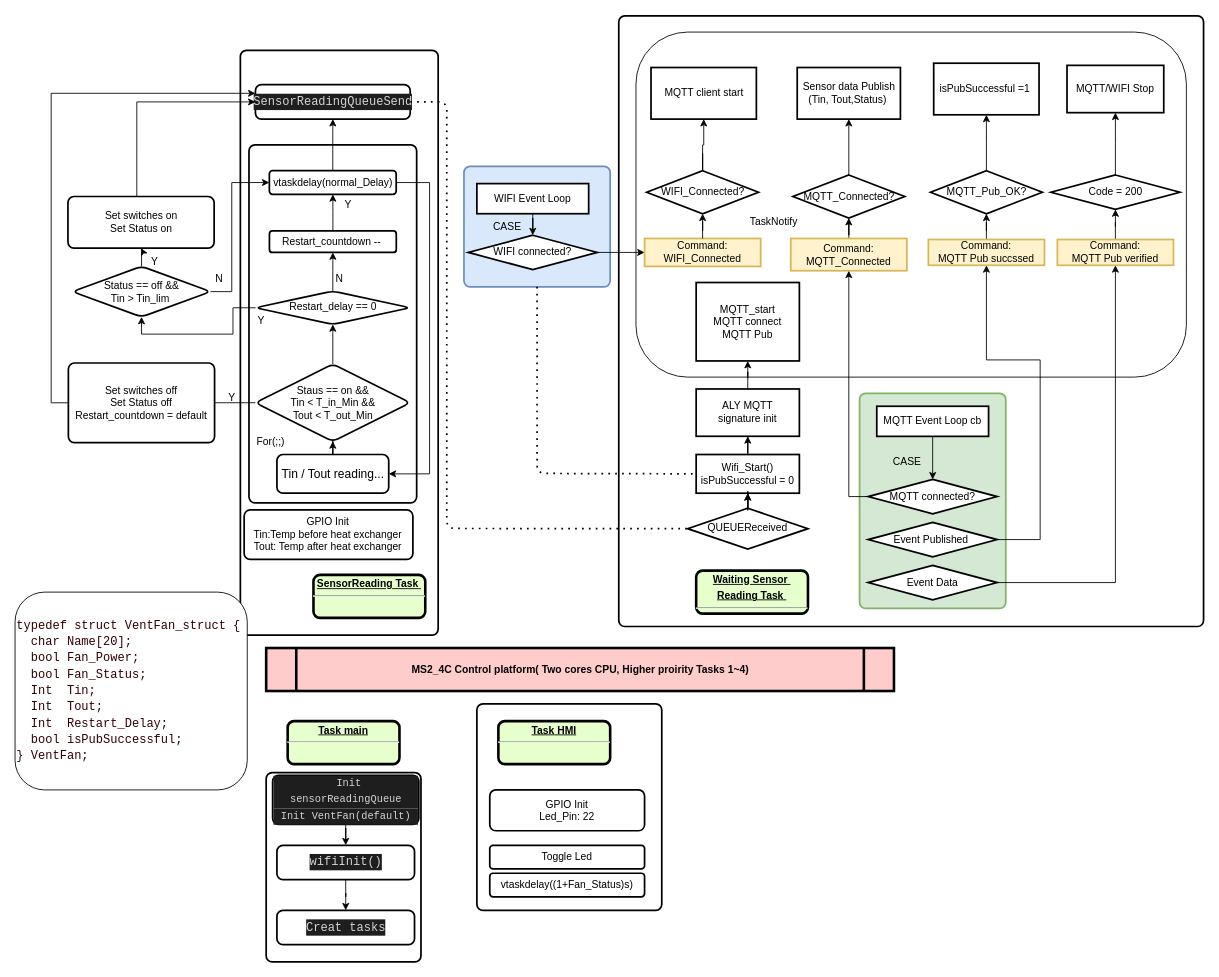
Earlier version of the draw.io diagram vent_control.drawio (kartwu/vent_control). Source tidied: cells renumbered, new cells numbered last; positions are measured from the earlier drawing's top-left corner, leaving out a move shared by most shapes. Both pictures are drawn from the tidied source at 86%, with x=0, y=0 at pixel (15, 15).
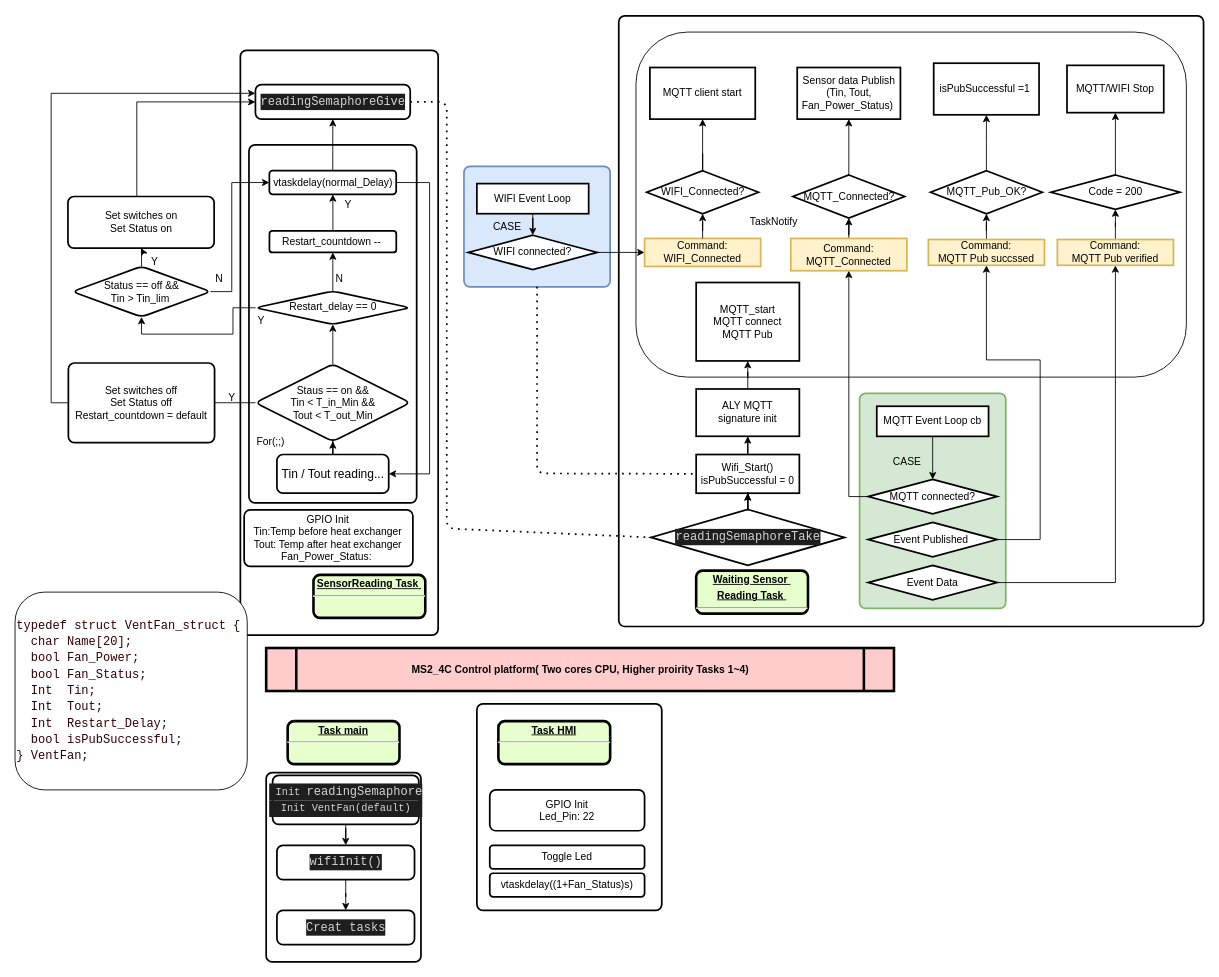
The same page after the edit.

Diff of the diagram source:
```diff
@@
-    <mxCell id="13" value="&lt;div style=&quot;color: rgb(212 , 212 , 212) ; background-color: rgb(30 , 30 , 30) ; font-family: &amp;#34;consolas&amp;#34; , &amp;#34;courier new&amp;#34; , monospace ; line-height: 19px&quot;&gt;&lt;font style=&quot;font-size: 12px&quot;&gt;&amp;nbsp;Init sensorReadingQueue&lt;br&gt;&lt;/font&gt;&lt;/div&gt;&lt;div style=&quot;color: rgb(212 , 212 , 212) ; background-color: rgb(30 , 30 , 30) ; font-family: &amp;#34;consolas&amp;#34; , &amp;#34;courier new&amp;#34; , monospace ; line-height: 19px&quot;&gt;&lt;font style=&quot;font-size: 12px&quot;&gt;Init VentFan(default)&lt;/font&gt;&lt;/div&gt;" style="rounded=1;whiteSpace=wrap;html=1;absoluteArcSize=1;arcSize=14;strokeWidth=2;" parent="1" vertex="1">
+    <mxCell id="13" value="&lt;div style=&quot;color: rgb(212 , 212 , 212) ; background-color: rgb(30 , 30 , 30) ; font-family: &amp;#34;consolas&amp;#34; , &amp;#34;courier new&amp;#34; , monospace ; line-height: 19px&quot;&gt;&lt;font style=&quot;font-size: 12px&quot;&gt;&amp;nbsp;Init&amp;nbsp;&lt;/font&gt;&lt;span style=&quot;font-family: &amp;#34;consolas&amp;#34; , &amp;#34;courier new&amp;#34; , monospace ; font-size: 14px&quot;&gt;readingSemaphore&lt;/span&gt;&lt;/div&gt;&lt;div style=&quot;color: rgb(212 , 212 , 212) ; background-color: rgb(30 , 30 , 30) ; font-family: &amp;#34;consolas&amp;#34; , &amp;#34;courier new&amp;#34; , monospace ; line-height: 19px&quot;&gt;&lt;font style=&quot;font-size: 12px&quot;&gt;Init VentFan(default)&lt;/font&gt;&lt;/div&gt;" style="rounded=1;whiteSpace=wrap;html=1;absoluteArcSize=1;arcSize=14;strokeWidth=2;" parent="1" vertex="1">
       <mxGeometry x="299.5" y="883.1" width="170" height="56.9" as="geometry" />
     </mxCell>
@@
-    <mxCell id="19" value="&lt;div style=&quot;color: rgb(212 , 212 , 212) ; background-color: rgb(30 , 30 , 30) ; font-family: &amp;#34;consolas&amp;#34; , &amp;#34;courier new&amp;#34; , monospace ; font-size: 14px ; line-height: 19px&quot;&gt;&lt;span style=&quot;font-family: &amp;#34;consolas&amp;#34; , &amp;#34;courier new&amp;#34; , monospace&quot;&gt;SensorReadingQueueSend&lt;/span&gt;&lt;/div&gt;" style="rounded=1;whiteSpace=wrap;html=1;absoluteArcSize=1;arcSize=14;strokeWidth=2;" parent="1" vertex="1">
+    <mxCell id="19" value="&lt;div style=&quot;color: rgb(212 , 212 , 212) ; background-color: rgb(30 , 30 , 30) ; font-family: &amp;#34;consolas&amp;#34; , &amp;#34;courier new&amp;#34; , monospace ; font-size: 14px ; line-height: 19px&quot;&gt;&lt;div style=&quot;font-family: &amp;#34;consolas&amp;#34; , &amp;#34;courier new&amp;#34; , monospace ; line-height: 19px&quot;&gt;readingSemaphoreGive&lt;/div&gt;&lt;/div&gt;" style="rounded=1;whiteSpace=wrap;html=1;absoluteArcSize=1;arcSize=14;strokeWidth=2;" parent="1" vertex="1">
       <mxGeometry x="279.5" y="80" width="180" height="40" as="geometry" />
     </mxCell>
@@
-    <mxCell id="23" value="QUEUEReceived" style="strokeWidth=2;html=1;shape=mxgraph.flowchart.decision;whiteSpace=wrap;" parent="1" vertex="1">
-      <mxGeometry x="782" y="572.5" width="140" height="47.5" as="geometry" />
+    <mxCell id="23" value="&lt;div style=&quot;color: rgb(212 , 212 , 212) ; background-color: rgb(30 , 30 , 30) ; font-family: &amp;#34;consolas&amp;#34; , &amp;#34;courier new&amp;#34; , monospace ; font-size: 14px ; line-height: 19px&quot;&gt;readingSemaphoreTake&lt;/div&gt;" style="strokeWidth=2;html=1;shape=mxgraph.flowchart.decision;whiteSpace=wrap;" parent="1" vertex="1">
+      <mxGeometry x="739.5" y="573.9" width="225" height="65" as="geometry" />
     </mxCell>
@@
     <mxCell id="31" value="MQTT client start" style="whiteSpace=wrap;html=1;strokeWidth=2;" parent="1" vertex="1">
-      <mxGeometry x="739.5" y="60" width="122.5" height="60" as="geometry" />
+      <mxGeometry x="738.2" y="60" width="122.5" height="60" as="geometry" />
     </mxCell>
@@
-    <mxCell id="39" value="Sensor data Publish&lt;br&gt;(Tin, Tout,Status)&amp;nbsp;" style="whiteSpace=wrap;html=1;strokeWidth=2;" parent="1" vertex="1">
+    <mxCell id="39" value="Sensor data Publish&lt;br&gt;(Tin, Tout,&lt;br&gt;Fan_Power_Status)&amp;nbsp;" style="whiteSpace=wrap;html=1;strokeWidth=2;" parent="1" vertex="1">
       <mxGeometry x="909.5" y="60" width="120" height="60" as="geometry" />
     </mxCell>
@@
-    <mxCell id="69" value="GPIO Init&lt;br&gt;Tin:Temp before heat exchanger&lt;br&gt;Tout: Temp after heat exchanger" style="rounded=1;whiteSpace=wrap;html=1;absoluteArcSize=1;arcSize=14;strokeWidth=2;" parent="1" vertex="1">
-      <mxGeometry x="266.4" y="574.5" width="196.2" height="57.5" as="geometry" />
+    <mxCell id="69" value="GPIO Init&lt;br&gt;Tin:Temp before heat exchanger&lt;br&gt;Tout: Temp after heat exchanger&lt;br&gt;Fan_Power_Status:&amp;nbsp;" style="rounded=1;whiteSpace=wrap;html=1;absoluteArcSize=1;arcSize=14;strokeWidth=2;" parent="1" vertex="1">
+      <mxGeometry x="266.4" y="574.5" width="196.2" height="65.5" as="geometry" />
     </mxCell>
```
